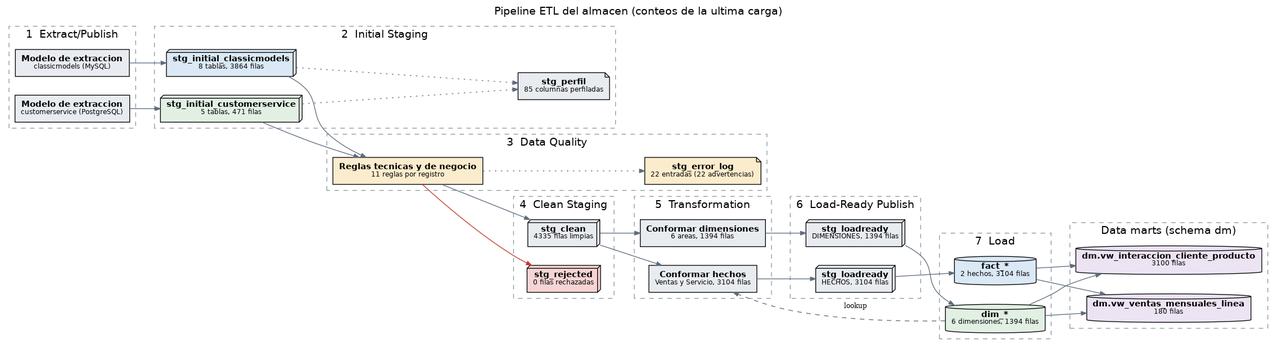
salo368/proyecto-modelos-datos keeps this Graphviz diagram as docs/img/etl_pipeline.png. Above is the earlier version. Its source is kept beside it as docs/img/etl_pipeline.dot. Source of this version:
```dot
digraph pipeline {
  graph [rankdir=LR, nodesep=0.35, ranksep=0.55, fontname="Helvetica", label="Pipeline ETL del almacen (conteos de la ultima carga)", labelloc=t, fontsize=14];
  node [fontname="Helvetica", fontsize=11];
  edge [color="#5d6b7d", arrowsize=0.7];

  subgraph cluster_1 { label="1  Extract/Publish"; style=dashed; color="#8a96a3";
  ext_cm [shape=box, style="filled", fillcolor="#e8ecf1", label=<<B>Modelo de extraccion</B><BR/><FONT POINT-SIZE="9">classicmodels (MySQL)</FONT>>];
  ext_cs [shape=box, style="filled", fillcolor="#e8ecf1", label=<<B>Modelo de extraccion</B><BR/><FONT POINT-SIZE="9">customerservice (PostgreSQL)</FONT>>];
  }
  subgraph cluster_2 { label="2  Initial Staging"; style=dashed; color="#8a96a3";
  ini_cm [shape=box3d, style="filled", fillcolor="#dbe8f5", label=<<B>stg_initial_classicmodels</B><BR/><FONT POINT-SIZE="9">8 tablas, 3864 filas</FONT>>];
  ini_cs [shape=box3d, style="filled", fillcolor="#e2f0e4", label=<<B>stg_initial_customerservice</B><BR/><FONT POINT-SIZE="9">5 tablas, 471 filas</FONT>>];
  profile [shape=note, style="filled", fillcolor="#e8ecf1", label=<<B>stg_perfil</B><BR/><FONT POINT-SIZE="9">85 columnas perfiladas</FONT>>];
  }
  subgraph cluster_3 { label="3  Data Quality"; style=dashed; color="#8a96a3";
  dq [shape=box, style="filled", fillcolor="#fbeccd", label=<<B>Reglas tecnicas y de negocio</B><BR/><FONT POINT-SIZE="9">11 reglas por registro</FONT>>];
  errlog [shape=note, style="filled", fillcolor="#fbeccd", label=<<B>stg_error_log</B><BR/><FONT POINT-SIZE="9">22 entradas (22 advertencias)</FONT>>];
  }
  subgraph cluster_4 { label="4  Clean Staging"; style=dashed; color="#8a96a3";
  clean [shape=box3d, style="filled", fillcolor="#e8ecf1", label=<<B>stg_clean</B><BR/><FONT POINT-SIZE="9">4335 filas limpias</FONT>>];
  rej [shape=box3d, style="filled", fillcolor="#f6d4d4", label=<<B>stg_rejected</B><BR/><FONT POINT-SIZE="9">0 filas rechazadas</FONT>>];
  }
  subgraph cluster_5 { label="5  Transformation"; style=dashed; color="#8a96a3";
  tr_d [shape=box, style="filled", fillcolor="#e8ecf1", label=<<B>Conformar dimensiones</B><BR/><FONT POINT-SIZE="9">6 areas, 1394 filas</FONT>>];
  tr_f [shape=box, style="filled", fillcolor="#e8ecf1", label=<<B>Conformar hechos</B><BR/><FONT POINT-SIZE="9">Ventas y Servicio, 3104 filas</FONT>>];
  }
  subgraph cluster_6 { label="6  Load-Ready Publish"; style=dashed; color="#8a96a3";
  lr_d [shape=box3d, style="filled", fillcolor="#e8ecf1", label=<<B>stg_loadready</B><BR/><FONT POINT-SIZE="9">DIMENSIONES, 1394 filas</FONT>>];
  lr_f [shape=box3d, style="filled", fillcolor="#e8ecf1", label=<<B>stg_loadready</B><BR/><FONT POINT-SIZE="9">HECHOS, 3104 filas</FONT>>];
  }
  subgraph cluster_7 { label="7  Load"; style=dashed; color="#8a96a3";
  dims [shape=cylinder, style="filled", fillcolor="#e2f0e4", label=<<B>dim_*</B><BR/><FONT POINT-SIZE="9">6 dimensiones, 1394 filas</FONT>>];
  facts [shape=cylinder, style="filled", fillcolor="#dbe8f5", label=<<B>fact_*</B><BR/><FONT POINT-SIZE="9">2 hechos, 3104 filas</FONT>>];
  }
  subgraph cluster_8 { label="Data marts (schema dm)"; style=dashed; color="#8a96a3";
  dm1 [shape=cylinder, style="filled", fillcolor="#ece3f3", label=<<B>dm.vw_interaccion_cliente_producto</B><BR/><FONT POINT-SIZE="9">3100 filas</FONT>>];
  dm2 [shape=cylinder, style="filled", fillcolor="#ece3f3", label=<<B>dm.vw_ventas_mensuales_linea</B><BR/><FONT POINT-SIZE="9">180 filas</FONT>>];
  }

  ext_cm -> ini_cm; ext_cs -> ini_cs;
  ini_cm -> profile [style=dotted]; ini_cs -> profile [style=dotted];
  ini_cm -> dq; ini_cs -> dq;
  dq -> errlog [style=dotted];
  dq -> clean; dq -> rej [color="#c0392b"];
  clean -> tr_d; clean -> tr_f;
  tr_d -> lr_d; tr_f -> lr_f;
  lr_d -> dims; lr_f -> facts;
  dims -> tr_f [style=dashed, label="lookup", fontsize=9];
  facts -> dm1; dims -> dm1; facts -> dm2; dims -> dm2;
}
```
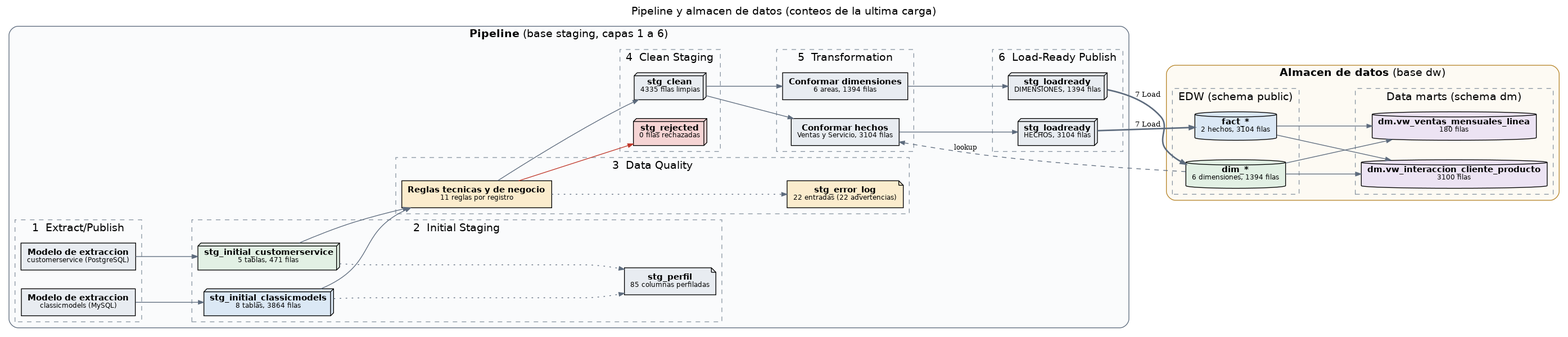
After the change.

Change to the diagram source:
```diff
@@ -1,40 +1,45 @@
 digraph pipeline {
-  graph [rankdir=LR, nodesep=0.35, ranksep=0.55, fontname="Helvetica", label="Pipeline ETL del almacen (conteos de la ultima carga)", labelloc=t, fontsize=14];
+  graph [rankdir=LR, nodesep=0.35, ranksep=0.55, fontname="Helvetica", label="Pipeline y almacen de datos (conteos de la ultima carga)", labelloc=t, fontsize=14];
   node [fontname="Helvetica", fontsize=11];
   edge [color="#5d6b7d", arrowsize=0.7];
 
-  subgraph cluster_1 { label="1  Extract/Publish"; style=dashed; color="#8a96a3";
-  ext_cm [shape=box, style="filled", fillcolor="#e8ecf1", label=<<B>Modelo de extraccion</B><BR/><FONT POINT-SIZE="9">classicmodels (MySQL)</FONT>>];
-  ext_cs [shape=box, style="filled", fillcolor="#e8ecf1", label=<<B>Modelo de extraccion</B><BR/><FONT POINT-SIZE="9">customerservice (PostgreSQL)</FONT>>];
+  subgraph cluster_pipeline { label=<<B>Pipeline</B> (base staging, capas 1 a 6)>; style="rounded,filled"; fillcolor="#fafbfc"; color="#5d6b7d";
+    subgraph cluster_1 { label="1  Extract/Publish"; style=dashed; color="#8a96a3";
+    ext_cm [shape=box, style="filled", fillcolor="#e8ecf1", label=<<B>Modelo de extraccion</B><BR/><FONT POINT-SIZE="9">classicmodels (MySQL)</FONT>>];
+    ext_cs [shape=box, style="filled", fillcolor="#e8ecf1", label=<<B>Modelo de extraccion</B><BR/><FONT POINT-SIZE="9">customerservice (PostgreSQL)</FONT>>];
+    }
+    subgraph cluster_2 { label="2  Initial Staging"; style=dashed; color="#8a96a3";
+    ini_cm [shape=box3d, style="filled", fillcolor="#dbe8f5", label=<<B>stg_initial_classicmodels</B><BR/><FONT POINT-SIZE="9">8 tablas, 3864 filas</FONT>>];
+    ini_cs [shape=box3d, style="filled", fillcolor="#e2f0e4", label=<<B>stg_initial_customerservice</B><BR/><FONT POINT-SIZE="9">5 tablas, 471 filas</FONT>>];
+    profile [shape=note, style="filled", fillcolor="#e8ecf1", label=<<B>stg_perfil</B><BR/><FONT POINT-SIZE="9">85 columnas perfiladas</FONT>>];
+    }
+    subgraph cluster_3 { label="3  Data Quality"; style=dashed; color="#8a96a3";
+    dq [shape=box, style="filled", fillcolor="#fbeccd", label=<<B>Reglas tecnicas y de negocio</B><BR/><FONT POINT-SIZE="9">11 reglas por registro</FONT>>];
+    errlog [shape=note, style="filled", fillcolor="#fbeccd", label=<<B>stg_error_log</B><BR/><FONT POINT-SIZE="9">22 entradas (22 advertencias)</FONT>>];
+    }
+    subgraph cluster_4 { label="4  Clean Staging"; style=dashed; color="#8a96a3";
+    clean [shape=box3d, style="filled", fillcolor="#e8ecf1", label=<<B>stg_clean</B><BR/><FONT POINT-SIZE="9">4335 filas limpias</FONT>>];
+    rej [shape=box3d, style="filled", fillcolor="#f6d4d4", label=<<B>stg_rejected</B><BR/><FONT POINT-SIZE="9">0 filas rechazadas</FONT>>];
+    }
+    subgraph cluster_5 { label="5  Transformation"; style=dashed; color="#8a96a3";
+    tr_d [shape=box, style="filled", fillcolor="#e8ecf1", label=<<B>Conformar dimensiones</B><BR/><FONT POINT-SIZE="9">6 areas, 1394 filas</FONT>>];
+    tr_f [shape=box, style="filled", fillcolor="#e8ecf1", label=<<B>Conformar hechos</B><BR/><FONT POINT-SIZE="9">Ventas y Servicio, 3104 filas</FONT>>];
+    }
+    subgraph cluster_6 { label="6  Load-Ready Publish"; style=dashed; color="#8a96a3";
+    lr_d [shape=box3d, style="filled", fillcolor="#e8ecf1", label=<<B>stg_loadready</B><BR/><FONT POINT-SIZE="9">DIMENSIONES, 1394 filas</FONT>>];
+    lr_f [shape=box3d, style="filled", fillcolor="#e8ecf1", label=<<B>stg_loadready</B><BR/><FONT POINT-SIZE="9">HECHOS, 3104 filas</FONT>>];
+    }
   }
-  subgraph cluster_2 { label="2  Initial Staging"; style=dashed; color="#8a96a3";
-  ini_cm [shape=box3d, style="filled", fillcolor="#dbe8f5", label=<<B>stg_initial_classicmodels</B><BR/><FONT POINT-SIZE="9">8 tablas, 3864 filas</FONT>>];
-  ini_cs [shape=box3d, style="filled", fillcolor="#e2f0e4", label=<<B>stg_initial_customerservice</B><BR/><FONT POINT-SIZE="9">5 tablas, 471 filas</FONT>>];
-  profile [shape=note, style="filled", fillcolor="#e8ecf1", label=<<B>stg_perfil</B><BR/><FONT POINT-SIZE="9">85 columnas perfiladas</FONT>>];
-  }
-  subgraph cluster_3 { label="3  Data Quality"; style=dashed; color="#8a96a3";
-  dq [shape=box, style="filled", fillcolor="#fbeccd", label=<<B>Reglas tecnicas y de negocio</B><BR/><FONT POINT-SIZE="9">11 reglas por registro</FONT>>];
-  errlog [shape=note, style="filled", fillcolor="#fbeccd", label=<<B>stg_error_log</B><BR/><FONT POINT-SIZE="9">22 entradas (22 advertencias)</FONT>>];
-  }
-  subgraph cluster_4 { label="4  Clean Staging"; style=dashed; color="#8a96a3";
-  clean [shape=box3d, style="filled", fillcolor="#e8ecf1", label=<<B>stg_clean</B><BR/><FONT POINT-SIZE="9">4335 filas limpias</FONT>>];
-  rej [shape=box3d, style="filled", fillcolor="#f6d4d4", label=<<B>stg_rejected</B><BR/><FONT POINT-SIZE="9">0 filas rechazadas</FONT>>];
-  }
-  subgraph cluster_5 { label="5  Transformation"; style=dashed; color="#8a96a3";
-  tr_d [shape=box, style="filled", fillcolor="#e8ecf1", label=<<B>Conformar dimensiones</B><BR/><FONT POINT-SIZE="9">6 areas, 1394 filas</FONT>>];
-  tr_f [shape=box, style="filled", fillcolor="#e8ecf1", label=<<B>Conformar hechos</B><BR/><FONT POINT-SIZE="9">Ventas y Servicio, 3104 filas</FONT>>];
-  }
-  subgraph cluster_6 { label="6  Load-Ready Publish"; style=dashed; color="#8a96a3";
-  lr_d [shape=box3d, style="filled", fillcolor="#e8ecf1", label=<<B>stg_loadready</B><BR/><FONT POINT-SIZE="9">DIMENSIONES, 1394 filas</FONT>>];
-  lr_f [shape=box3d, style="filled", fillcolor="#e8ecf1", label=<<B>stg_loadready</B><BR/><FONT POINT-SIZE="9">HECHOS, 3104 filas</FONT>>];
-  }
-  subgraph cluster_7 { label="7  Load"; style=dashed; color="#8a96a3";
-  dims [shape=cylinder, style="filled", fillcolor="#e2f0e4", label=<<B>dim_*</B><BR/><FONT POINT-SIZE="9">6 dimensiones, 1394 filas</FONT>>];
-  facts [shape=cylinder, style="filled", fillcolor="#dbe8f5", label=<<B>fact_*</B><BR/><FONT POINT-SIZE="9">2 hechos, 3104 filas</FONT>>];
-  }
-  subgraph cluster_8 { label="Data marts (schema dm)"; style=dashed; color="#8a96a3";
-  dm1 [shape=cylinder, style="filled", fillcolor="#ece3f3", label=<<B>dm.vw_interaccion_cliente_producto</B><BR/><FONT POINT-SIZE="9">3100 filas</FONT>>];
-  dm2 [shape=cylinder, style="filled", fillcolor="#ece3f3", label=<<B>dm.vw_ventas_mensuales_linea</B><BR/><FONT POINT-SIZE="9">180 filas</FONT>>];
+
+  subgraph cluster_dw { label=<<B>Almacen de datos</B> (base dw)>; style="rounded,filled"; fillcolor="#fdfaf3"; color="#b7862b";
+    subgraph cluster_edw { label="EDW (schema public)"; style=dashed; color="#8a96a3";
+    dims [shape=cylinder, style="filled", fillcolor="#e2f0e4", label=<<B>dim_*</B><BR/><FONT POINT-SIZE="9">6 dimensiones, 1394 filas</FONT>>];
+    facts [shape=cylinder, style="filled", fillcolor="#dbe8f5", label=<<B>fact_*</B><BR/><FONT POINT-SIZE="9">2 hechos, 3104 filas</FONT>>];
+    }
+    subgraph cluster_dm { label="Data marts (schema dm)"; style=dashed; color="#8a96a3";
+    dm1 [shape=cylinder, style="filled", fillcolor="#ece3f3", label=<<B>dm.vw_interaccion_cliente_producto</B><BR/><FONT POINT-SIZE="9">3100 filas</FONT>>];
+    dm2 [shape=cylinder, style="filled", fillcolor="#ece3f3", label=<<B>dm.vw_ventas_mensuales_linea</B><BR/><FONT POINT-SIZE="9">180 filas</FONT>>];
+    }
   }
 
   ext_cm -> ini_cm; ext_cs -> ini_cs;
@@ -44,7 +49,8 @@
   dq -> clean; dq -> rej [color="#c0392b"];
   clean -> tr_d; clean -> tr_f;
   tr_d -> lr_d; tr_f -> lr_f;
-  lr_d -> dims; lr_f -> facts;
+  lr_d -> dims [penwidth=2, label="7 Load", fontsize=10];
+  lr_f -> facts [penwidth=2, label="7 Load", fontsize=10];
   dims -> tr_f [style=dashed, label="lookup", fontsize=9];
   facts -> dm1; dims -> dm1; facts -> dm2; dims -> dm2;
 }
```
